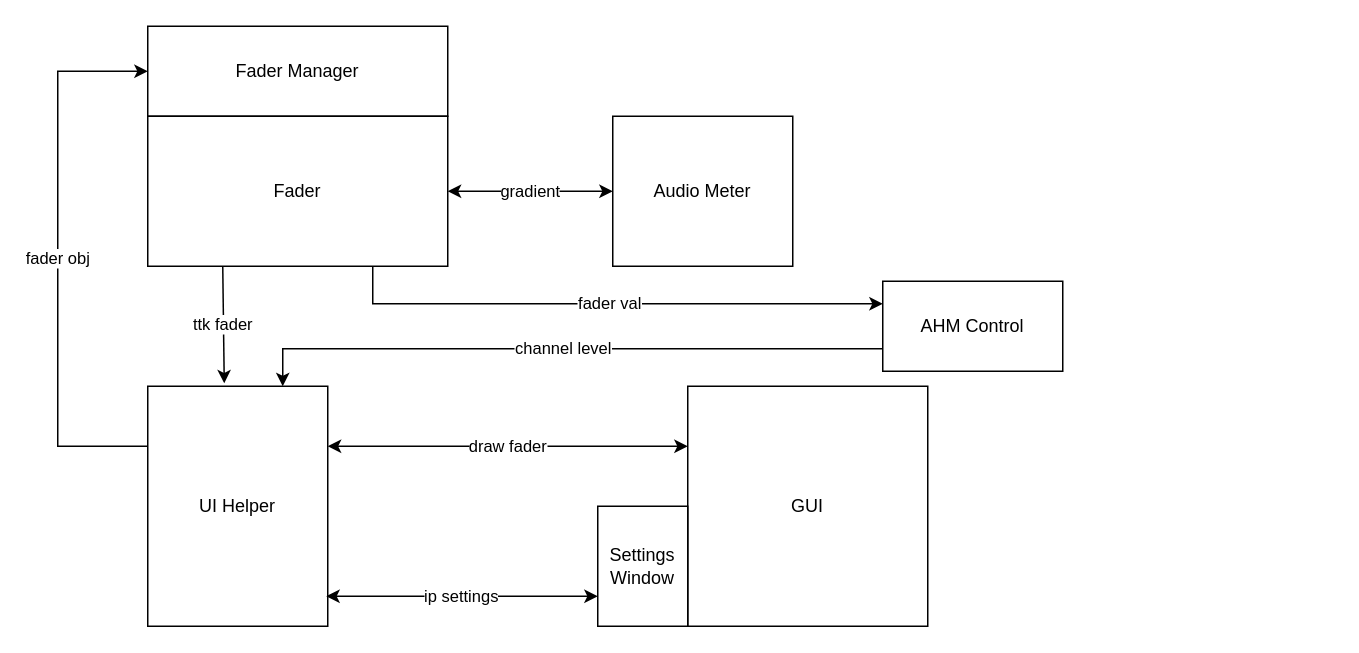
Above: docs/audio_mixing_kiosk.drawio in joshgarbi/audio_mixing_kiosk (draw.io), before the change. Source tidied: cells renumbered, new cells numbered last; positions are measured from the earlier drawing's top-left corner, leaving out a move shared by most shapes. Both pictures are drawn from the tidied source at 150%, with x=0, y=0 at pixel (57, 26).
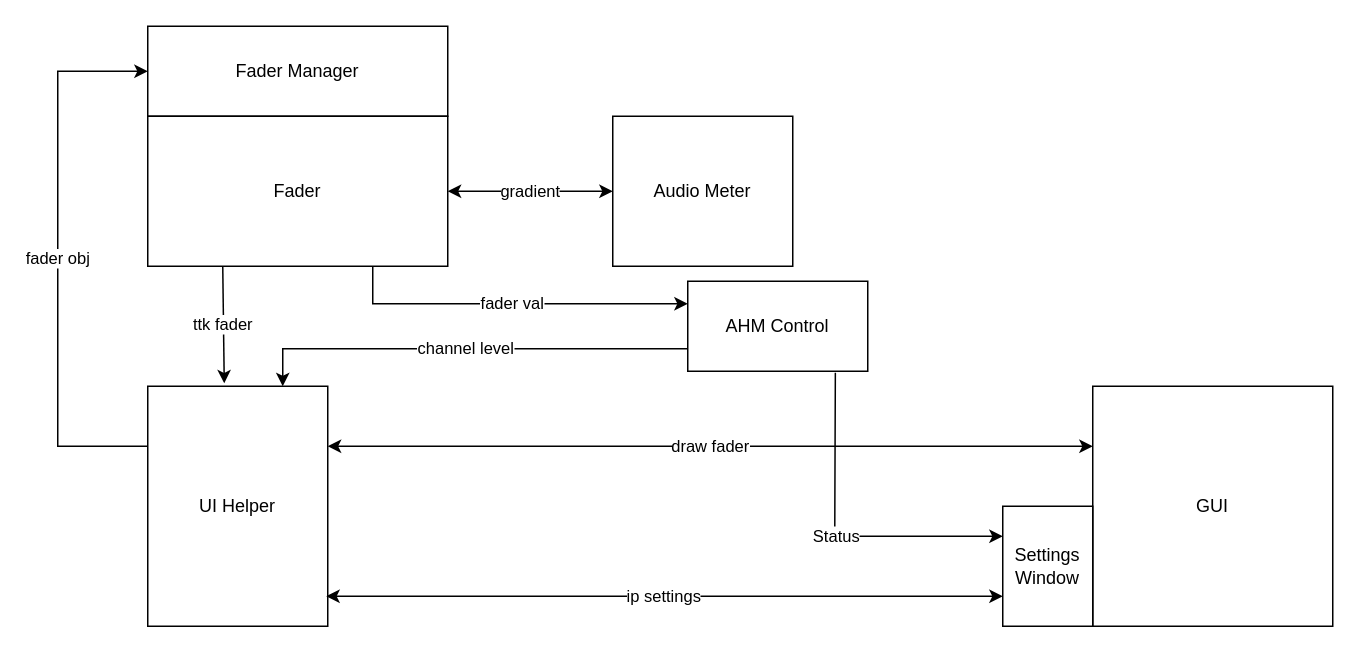
The same diagram, later.

The edit, as a diff of the source:
```diff
@@
     <mxCell id="2" value="GUI" style="whiteSpace=wrap;html=1;" parent="1" vertex="1">
-      <mxGeometry x="420" y="240" width="160" height="160" as="geometry" />
+      <mxGeometry x="690" y="240" width="160" height="160" as="geometry" />
     </mxCell>
@@
     <mxCell id="4" value="Settings Window" style="rounded=0;whiteSpace=wrap;html=1;" parent="1" vertex="1">
-      <mxGeometry x="360" y="320" width="60" height="80" as="geometry" />
+      <mxGeometry x="630" y="320" width="60" height="80" as="geometry" />
     </mxCell>
-    <mxCell id="5" value="ip settings" style="endArrow=classic;startArrow=classic;html=1;rounded=0;exitX=0;exitY=0.75;exitDx=0;exitDy=0;" parent="1" edge="1">
+    <mxCell id="5" value="ip settings" style="endArrow=classic;startArrow=classic;html=1;rounded=0;exitX=0;exitY=0.75;exitDx=0;exitDy=0;" parent="1" edge="1" source="4">
       <mxGeometry relative="1" as="geometry">
-        <mxPoint x="360" y="380" as="sourcePoint" />
         <mxPoint x="179" y="380" as="targetPoint" />
       </mxGeometry>
     </mxCell>
@@
     <mxCell id="14" value="AHM Control" style="rounded=0;whiteSpace=wrap;html=1;" parent="1" vertex="1">
-      <mxGeometry x="550" y="170" width="120" height="60" as="geometry" />
+      <mxGeometry x="420" y="170" width="120" height="60" as="geometry" />
     </mxCell>
@@
+    <mxCell id="16" value="Status" style="endArrow=classic;html=1;rounded=0;exitX=0.82;exitY=1.018;exitDx=0;exitDy=0;exitPerimeter=0;entryX=0;entryY=0.25;entryDx=0;entryDy=0;" parent="1" edge="1" source="14" target="4">
+      <mxGeometry relative="1" as="geometry">
+        <Array as="points">
+          <mxPoint x="518" y="340" />
+        </Array>
+      </mxGeometry>
+    </mxCell>
```
